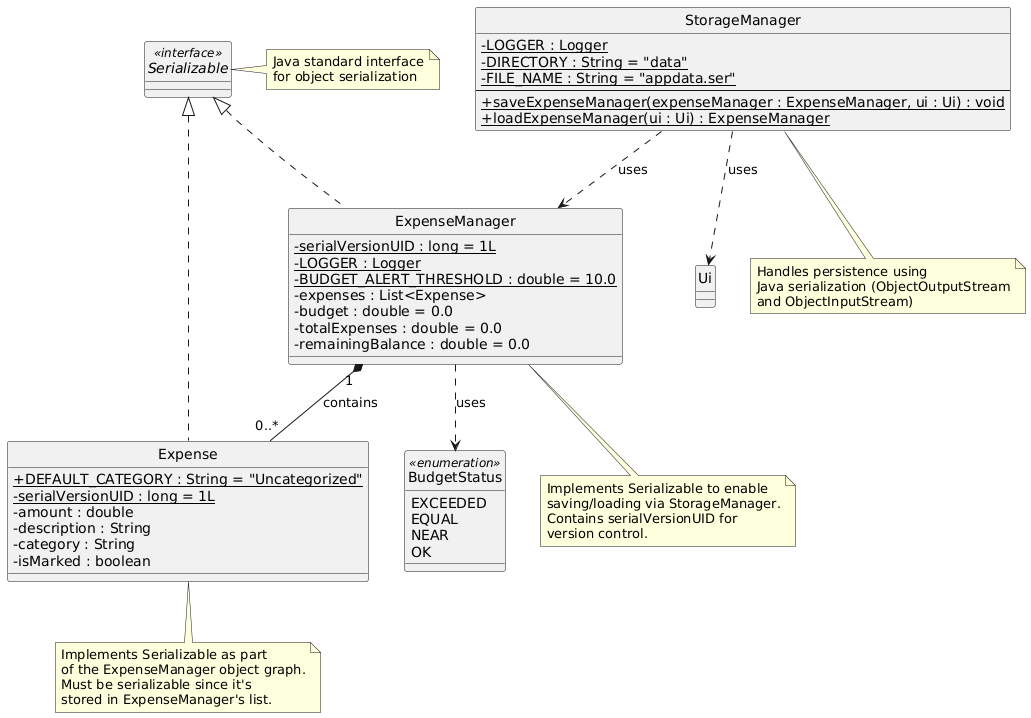
Before: docs/images/storage-component-class.png, a diagram exported from PlantUML (aydrienlaw/tp).
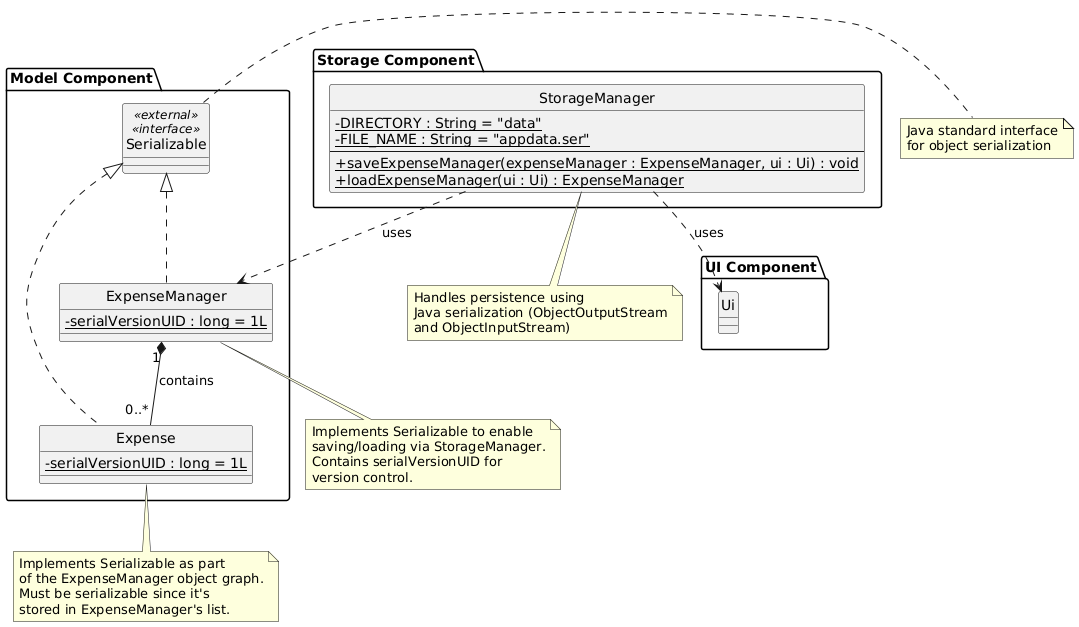
After the change.

Commit message:
docs(developer-guide): update class diagram images

Diff of the diagram source:
```diff
@@ -2,51 +2,39 @@
 hide circle
 skinparam classAttributeIconSize 0
 
-interface Serializable <<interface>> {
+package "Storage Component" as STORAGE_PKG {
+
+    class StorageManager {
+      - {static} DIRECTORY : String = "data"
+      - {static} FILE_NAME : String = "appdata.ser"
+      --
+      + {static} saveExpenseManager(expenseManager : ExpenseManager, ui : Ui) : void
+      + {static} loadExpenseManager(ui : Ui) : ExpenseManager
+    }
 }
 
-class StorageManager {
-  - {static} LOGGER : Logger
-  - {static} DIRECTORY : String = "data"
-  - {static} FILE_NAME : String = "appdata.ser"
-  --
-  + {static} saveExpenseManager(expenseManager : ExpenseManager, ui : Ui) : void
-  + {static} loadExpenseManager(ui : Ui) : ExpenseManager
+
+package "Model Component" as MODEL_PKG {
+    class Serializable <<external>> <<interface>> {
+    }
+
+    class ExpenseManager implements Serializable {
+      - {static} serialVersionUID : long = 1L
+    }
+
+    class Expense implements Serializable {
+      - {static} serialVersionUID : long = 1L
+    }
 }
 
-class ExpenseManager implements Serializable {
-  - {static} serialVersionUID : long = 1L
-  - {static} LOGGER : Logger
-  - {static} BUDGET_ALERT_THRESHOLD : double = 10.0
-  - expenses : List<Expense>
-  - budget : double = 0.0
-  - totalExpenses : double = 0.0
-  - remainingBalance : double = 0.0
-}
-
-class Expense implements Serializable {
-  + {static} DEFAULT_CATEGORY : String = "Uncategorized"
-  - {static} serialVersionUID : long = 1L
-  - amount : double
-  - description : String
-  - category : String
-  - isMarked : boolean
-}
-
-class Ui {
-}
-
-enum BudgetStatus <<enumeration>> {
-  EXCEEDED
-  EQUAL
-  NEAR
-  OK
+package "UI Component" {
+    class Ui {
+    }
 }
 
 StorageManager ..> ExpenseManager : uses
 StorageManager ..> Ui : uses
 ExpenseManager "1" *-- "0..*" Expense : contains
-ExpenseManager ..> BudgetStatus : uses
 
 note right of Serializable
   Java standard interface
```
